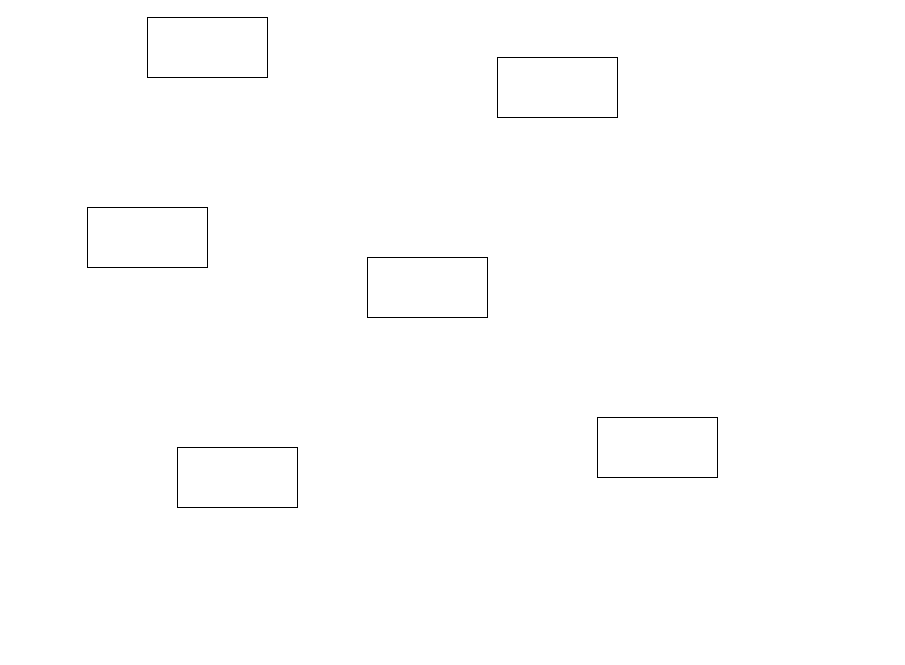
Before: shcema.drawio in JPGR11/DataBaseCompetition, a draw.io diagram. Source tidied: cells renumbered, new cells numbered last; positions are measured from the earlier drawing's top-left corner, leaving out a move shared by most shapes. Both pictures are drawn from the tidied source at 100%, with x=0, y=0 at pixel (87, 17).
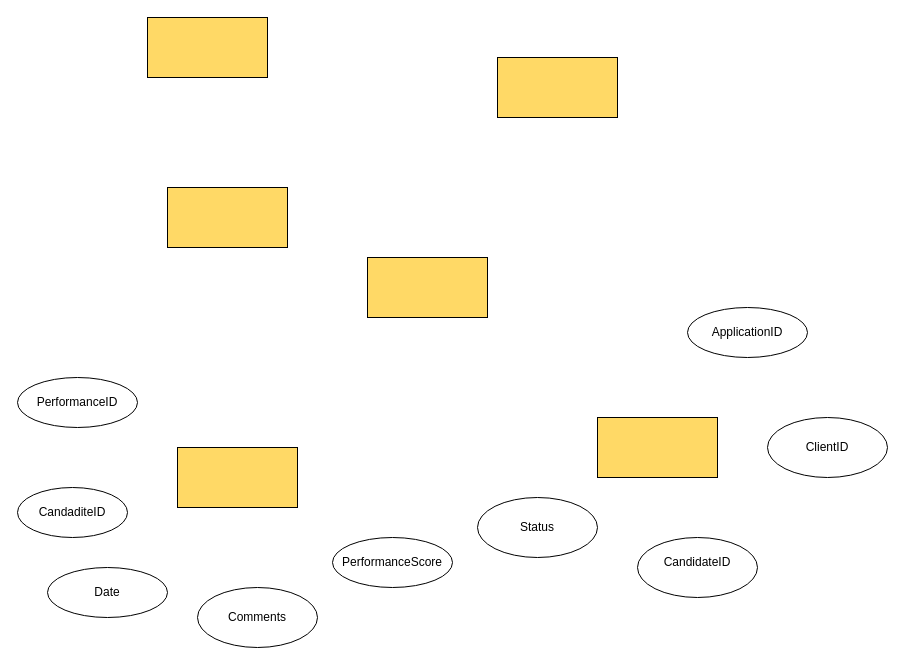
The same page after the edit.

What changed in the source:
```diff
@@
-    <mxCell id="2" style="rounded=0;whiteSpace=wrap;html=1;" parent="1" vertex="1">
+    <mxCell id="2" style="rounded=0;whiteSpace=wrap;html=1;fillColor=#FFD966;" parent="1" vertex="1">
       <mxGeometry x="60" width="120" height="60" as="geometry" />
     </mxCell>
-    <mxCell id="3" style="rounded=0;whiteSpace=wrap;html=1;" parent="1" vertex="1">
+    <mxCell id="3" style="rounded=0;whiteSpace=wrap;html=1;fillColor=#FFD966;" parent="1" vertex="1">
       <mxGeometry x="280" y="240" width="120" height="60" as="geometry" />
     </mxCell>
-    <mxCell id="4" style="rounded=0;whiteSpace=wrap;html=1;" parent="1" vertex="1">
+    <mxCell id="4" style="rounded=0;whiteSpace=wrap;html=1;fillColor=#FFD966;" parent="1" vertex="1">
       <mxGeometry x="90" y="430" width="120" height="60" as="geometry" />
     </mxCell>
-    <mxCell id="5" style="rounded=0;whiteSpace=wrap;html=1;" parent="1" vertex="1">
-      <mxGeometry y="190" width="120" height="60" as="geometry" />
+    <mxCell id="5" style="rounded=0;whiteSpace=wrap;html=1;fillColor=#FFD966;" parent="1" vertex="1">
+      <mxGeometry x="80" y="170" width="120" height="60" as="geometry" />
     </mxCell>
-    <mxCell id="6" style="rounded=0;whiteSpace=wrap;html=1;" parent="1" vertex="1">
+    <mxCell id="6" style="rounded=0;whiteSpace=wrap;html=1;fillColor=#FFD966;" parent="1" vertex="1">
       <mxGeometry x="510" y="400" width="120" height="60" as="geometry" />
     </mxCell>
-    <mxCell id="7" style="rounded=0;whiteSpace=wrap;html=1;" parent="1" vertex="1">
+    <mxCell id="7" style="rounded=0;whiteSpace=wrap;html=1;fillColor=#FFD966;" parent="1" vertex="1">
       <mxGeometry x="410" y="40" width="120" height="60" as="geometry" />
     </mxCell>
+    <mxCell id="8" style="ellipse;whiteSpace=wrap;html=1;" parent="1" vertex="1">
+      <mxGeometry x="-70" y="360" width="120" height="50" as="geometry" />
+    </mxCell>
+    <mxCell id="9" style="ellipse;whiteSpace=wrap;html=1;" parent="1" vertex="1">
+      <mxGeometry x="-70" y="470" width="110" height="50" as="geometry" />
+    </mxCell>
+    <mxCell id="10" style="ellipse;whiteSpace=wrap;html=1;" parent="1" vertex="1">
+      <mxGeometry x="245" y="520" width="120" height="50" as="geometry" />
+    </mxCell>
+    <mxCell id="11" style="ellipse;whiteSpace=wrap;html=1;" parent="1" vertex="1">
+      <mxGeometry x="110" y="570" width="120" height="60" as="geometry" />
+    </mxCell>
+    <mxCell id="12" style="ellipse;whiteSpace=wrap;html=1;" parent="1" vertex="1">
+      <mxGeometry x="-40" y="550" width="120" height="50" as="geometry" />
+    </mxCell>
+    <mxCell id="13" value="PerformanceScore" style="text;html=1;align=center;verticalAlign=middle;whiteSpace=wrap;rounded=0;" parent="1" vertex="1">
+      <mxGeometry x="275" y="530" width="60" height="30" as="geometry" />
+    </mxCell>
+    <mxCell id="14" value="Comments" style="text;html=1;align=center;verticalAlign=middle;whiteSpace=wrap;rounded=0;" parent="1" vertex="1">
+      <mxGeometry x="140" y="585" width="60" height="30" as="geometry" />
+    </mxCell>
+    <mxCell id="15" value="Date" style="text;html=1;align=center;verticalAlign=middle;whiteSpace=wrap;rounded=0;" parent="1" vertex="1">
+      <mxGeometry x="-10" y="560" width="60" height="30" as="geometry" />
+    </mxCell>
+    <mxCell id="16" value="CandaditeID" style="text;html=1;align=center;verticalAlign=middle;whiteSpace=wrap;rounded=0;" parent="1" vertex="1">
+      <mxGeometry x="-45" y="480" width="60" height="30" as="geometry" />
+    </mxCell>
+    <mxCell id="17" value="PerformanceID" style="text;html=1;align=center;verticalAlign=middle;whiteSpace=wrap;rounded=0;" parent="1" vertex="1">
+      <mxGeometry x="-40" y="370" width="60" height="30" as="geometry" />
+    </mxCell>
+    <mxCell id="18" style="ellipse;whiteSpace=wrap;html=1;" parent="1" vertex="1">
+      <mxGeometry x="550" y="520" width="120" height="60" as="geometry" />
+    </mxCell>
+    <mxCell id="19" style="ellipse;whiteSpace=wrap;html=1;" parent="1" vertex="1">
+      <mxGeometry x="600" y="290" width="120" height="50" as="geometry" />
+    </mxCell>
+    <mxCell id="20" style="ellipse;whiteSpace=wrap;html=1;" parent="1" vertex="1">
+      <mxGeometry x="680" y="400" width="120" height="60" as="geometry" />
+    </mxCell>
+    <mxCell id="21" style="ellipse;whiteSpace=wrap;html=1;" parent="1" vertex="1">
+      <mxGeometry x="390" y="480" width="120" height="60" as="geometry" />
+    </mxCell>
+    <mxCell id="22" value="Status" style="text;html=1;align=center;verticalAlign=middle;whiteSpace=wrap;rounded=0;" parent="1" vertex="1">
+      <mxGeometry x="420" y="495" width="60" height="30" as="geometry" />
+    </mxCell>
+    <mxCell id="23" value="CandidateID" style="text;html=1;align=center;verticalAlign=middle;whiteSpace=wrap;rounded=0;" parent="1" vertex="1">
+      <mxGeometry x="580" y="530" width="60" height="30" as="geometry" />
+    </mxCell>
+    <mxCell id="24" value="ClientID" style="text;html=1;align=center;verticalAlign=middle;whiteSpace=wrap;rounded=0;" parent="1" vertex="1">
+      <mxGeometry x="710" y="415" width="60" height="30" as="geometry" />
+    </mxCell>
+    <mxCell id="25" value="ApplicationID" style="text;html=1;align=center;verticalAlign=middle;whiteSpace=wrap;rounded=0;" parent="1" vertex="1">
+      <mxGeometry x="630" y="300" width="60" height="30" as="geometry" />
+    </mxCell>
```
